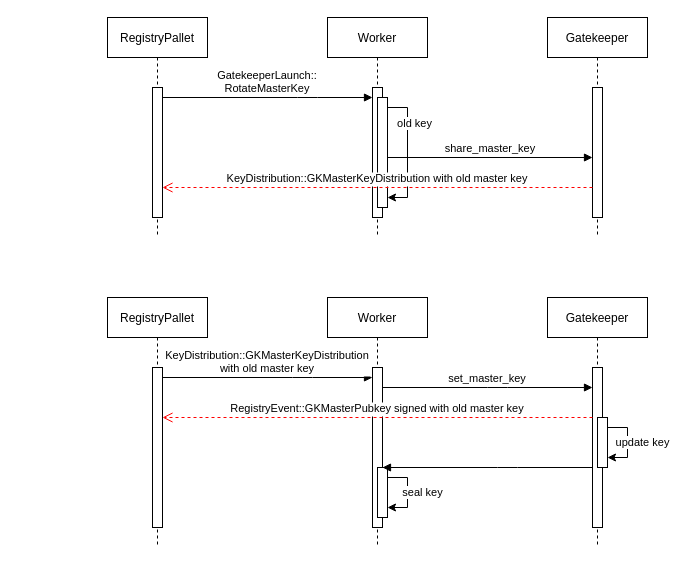
Before: page "key rotation" (2 of 2) of master-key-provision.drawio in shelvenzhou/drawio-diagrams, a draw.io diagram. Source tidied: cells renumbered, new cells numbered last; positions are measured from the earlier drawing's top-left corner, leaving out a move shared by most shapes. Both pictures are drawn from the tidied source at 100%, with x=0, y=0 at pixel (107, 17).
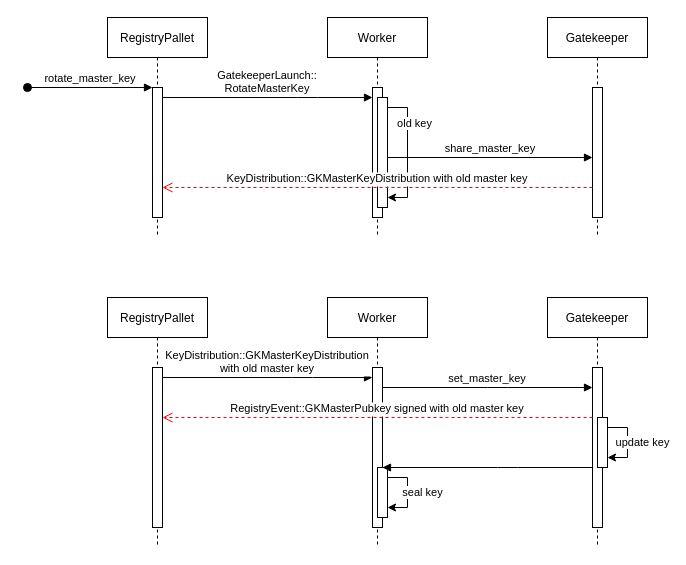
After the change.

Diff of the diagram source:
```diff
@@
+    <mxCell id="30" value="rotate_master_key" style="verticalAlign=bottom;startArrow=oval;endArrow=block;startSize=8;shadow=0;strokeWidth=1;" parent="1" edge="1">
+      <mxGeometry relative="1" as="geometry">
+        <mxPoint x="-80" y="70" as="sourcePoint" />
+        <mxPoint x="45" y="70" as="targetPoint" />
+      </mxGeometry>
+    </mxCell>
```
